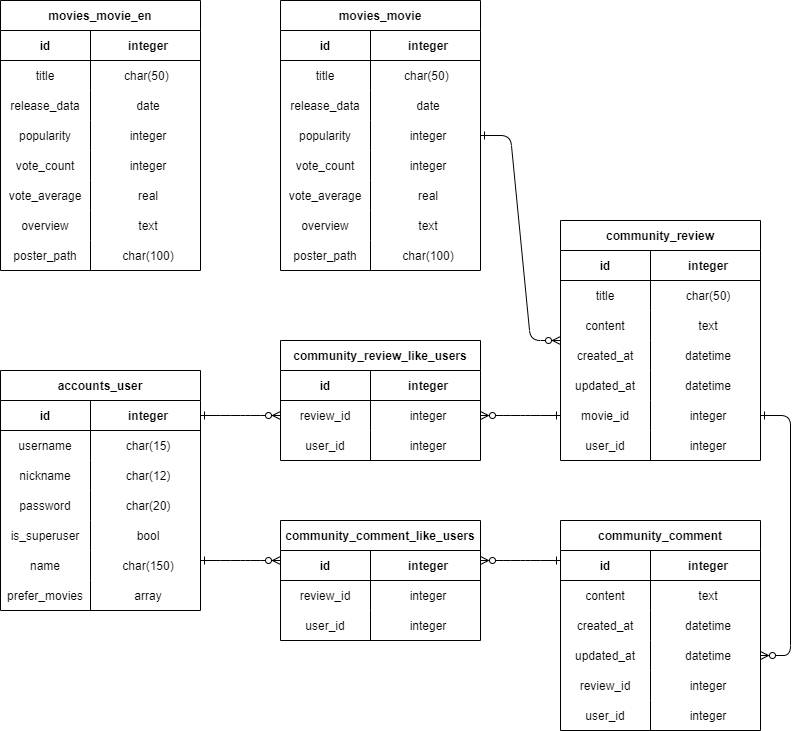
The draw.io diagram ERD.drawio.png in gilsanguk/MOJI, before a commit. Source tidied: cells renumbered, new cells last; positions are measured from the earlier drawing's top-left corner, leaving out a move shared by most shapes.
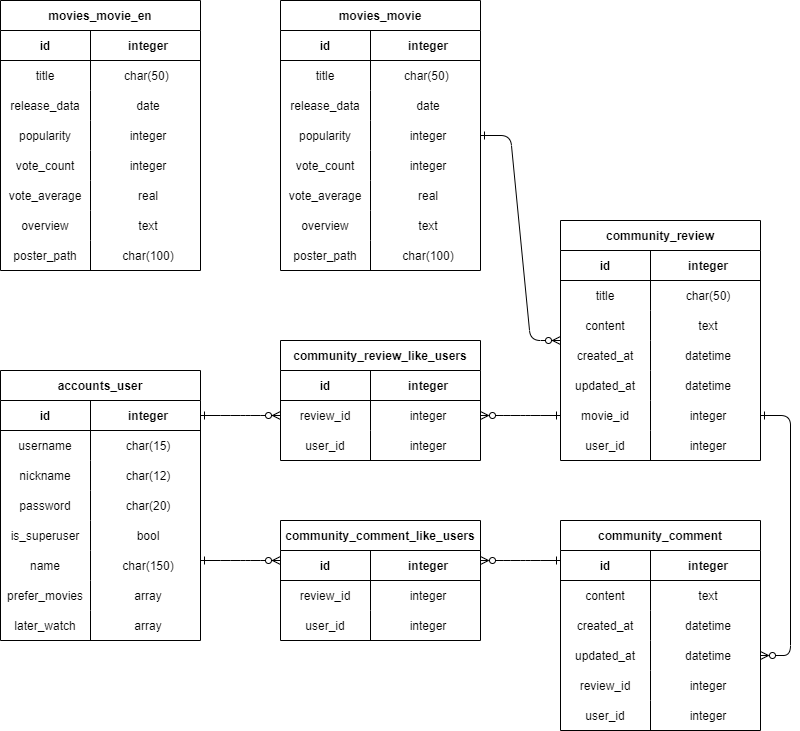
After the change.

What changed in the source:
```diff
@@ -351,7 +351,7 @@
       </mxGeometry>
     </mxCell>
     <mxCell id="117" value="accounts_user" style="shape=table;startSize=30;rowLines=0;fontStyle=1;align=center;" parent="1" vertex="1">
-      <mxGeometry y="370" width="200" height="240" as="geometry" />
+      <mxGeometry y="370" width="200" height="270" as="geometry" />
     </mxCell>
     <mxCell id="118" style="shape=partialRectangle;fillColor=none;points=[[0,0.5],[1,0.5]];portConstraint=eastwest;top=0;left=0;right=0;bottom=1;" parent="117" vertex="1">
       <mxGeometry y="30" width="200" height="30" as="geometry" />
@@ -416,6 +416,15 @@
     <mxCell id="138" value="array" style="shape=partialRectangle;overflow=hidden;fillColor=none;top=0;left=0;bottom=0;right=0;align=center;spacingLeft=6;fontColor=#000000;" parent="136" vertex="1">
       <mxGeometry x="90" width="110" height="30" as="geometry" />
     </mxCell>
+    <mxCell id="141" style="shape=partialRectangle;fillColor=none;top=0;left=0;right=0;bottom=0;" parent="117" vertex="1">
+      <mxGeometry y="240" width="200" height="30" as="geometry" />
+    </mxCell>
+    <mxCell id="142" value="later_watch" style="shape=partialRectangle;overflow=hidden;fillColor=none;top=0;left=0;bottom=0;right=0;" parent="141" vertex="1">
+      <mxGeometry width="90" height="30" as="geometry" />
+    </mxCell>
+    <mxCell id="143" value="array" style="shape=partialRectangle;overflow=hidden;fillColor=none;top=0;left=0;bottom=0;right=0;align=center;spacingLeft=6;fontColor=#000000;" parent="141" vertex="1">
+      <mxGeometry x="90" width="110" height="30" as="geometry" />
+    </mxCell>
     <mxCell id="139" style="edgeStyle=entityRelationEdgeStyle;fontSize=12;html=1;endArrow=ERzeroToMany;endFill=1;startArrow=ERone;rounded=1;fontFamily=Helvetica;fontColor=default;startFill=0;" parent="1" edge="1" source="118" target="98">
       <mxGeometry relative="1" as="geometry" />
     </mxCell>
```
